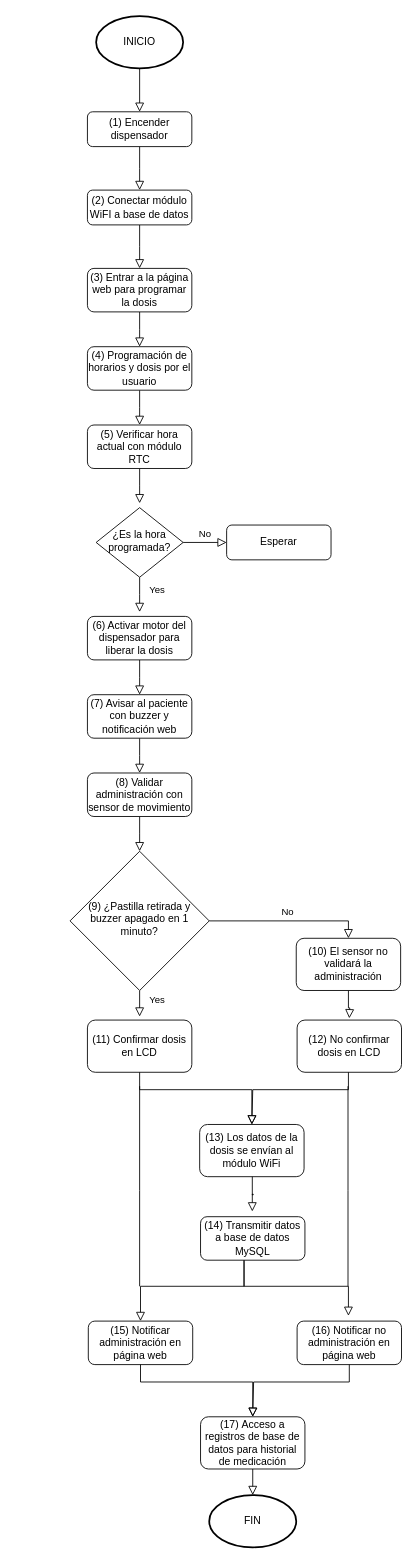
Before: DiagramaProyectoFinal.drawio in verdugong/UPS-java-POO, a draw.io diagram. Source tidied: cells renumbered, new cells numbered last; positions are measured from the earlier drawing's top-left corner, leaving out a move shared by most shapes. Both pictures are drawn from the tidied source at 87%, with x=0, y=0 at pixel (70, 16).
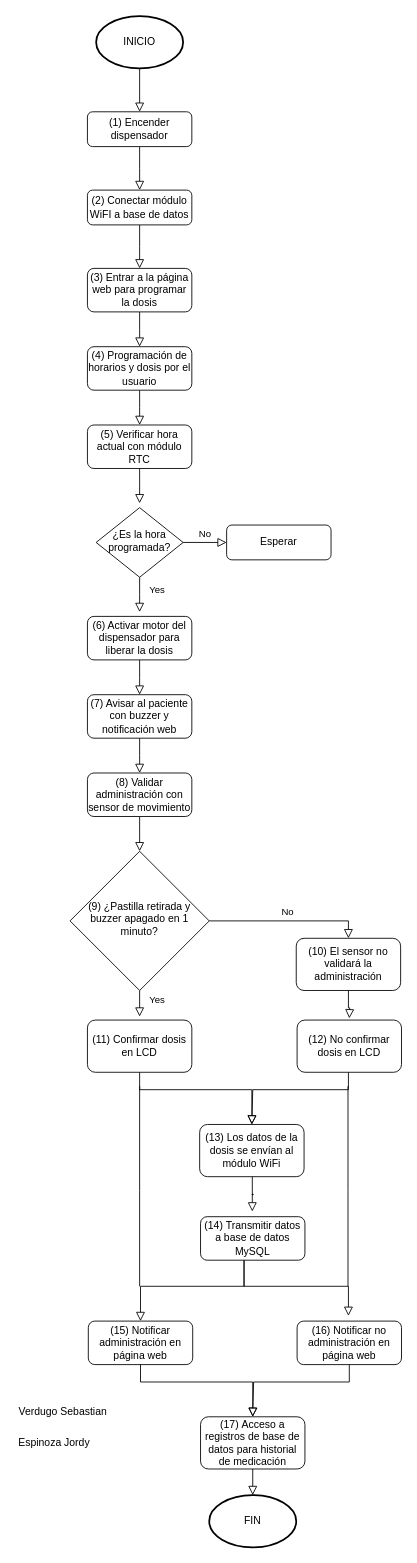
Above is the later version.

What changed in the source:
```diff
@@
+    <mxCell id="47" value="Verdugo Sebastian" style="text;html=1;align=center;verticalAlign=middle;whiteSpace=wrap;rounded=0;" parent="1" vertex="1">
+      <mxGeometry x="-63" y="1590" width="110" height="30" as="geometry" />
+    </mxCell>
+    <mxCell id="48" value="Espinoza Jordy" style="text;html=1;align=center;verticalAlign=middle;whiteSpace=wrap;rounded=0;" parent="1" vertex="1">
+      <mxGeometry x="-63" y="1625" width="90" height="30" as="geometry" />
+    </mxCell>
```
